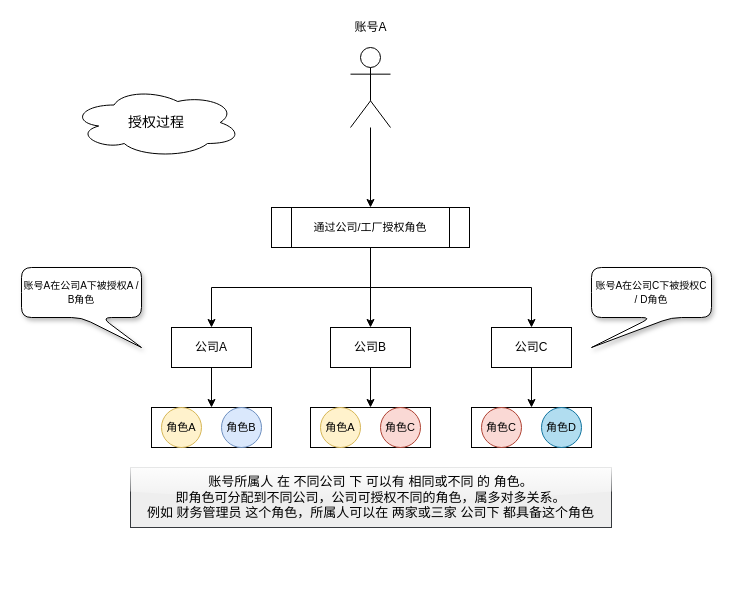
This is derucci-公司授权.drawio from LDChing0321/JavaLearn, a draw.io file, before an edit. Source tidied: cells renumbered, new cells numbered last; positions are measured from the earlier drawing's top-left corner, leaving out a move shared by most shapes. Both pictures are drawn from the tidied source at 100%, with x=0, y=0 at pixel (21, 17).
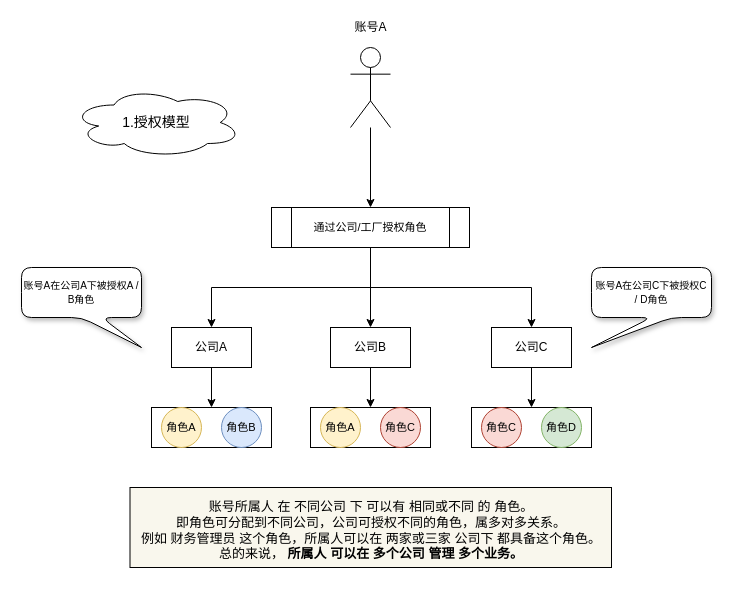
Above is the later version.

Commit message (it also covers changes not shown here):
更新derucci-公司授权.drawio

The change refers to these unchanged cells:
```xml
<mxCell id="23" style="group;" parent="1" vertex="1">
  <mxGeometry x="450" y="390" width="120" height="40" as="geometry" />
</mxCell>
```

Diff of the diagram source:
```diff
@@
-    <mxCell id="26" value="角色D" style="ellipse;whiteSpace=wrap;html=1;fontSize=11;fillColor=#b1ddf0;strokeColor=#10739e;" parent="23" vertex="1">
+    <mxCell id="26" value="角色D" style="ellipse;whiteSpace=wrap;html=1;fontSize=11;fillColor=#d5e8d4;strokeColor=#82b366;" parent="23" vertex="1">
       <mxGeometry x="70" width="40" height="40" as="geometry" />
     </mxCell>
@@
-    <mxCell id="29" value="&lt;span style=&quot;font-size: 14px&quot;&gt;授权过程&lt;/span&gt;" style="ellipse;shape=cloud;whiteSpace=wrap;html=1;rounded=1;shadow=0;glass=1;sketch=0;fontSize=10;" parent="1" vertex="1">
+    <mxCell id="29" value="&lt;span style=&quot;font-size: 14px&quot;&gt;1.授权模型&lt;/span&gt;" style="ellipse;shape=cloud;whiteSpace=wrap;html=1;rounded=1;shadow=0;glass=1;sketch=0;fontSize=10;" parent="1" vertex="1">
       <mxGeometry x="50" y="70" width="170" height="70" as="geometry" />
     </mxCell>
-    <mxCell id="30" value="&lt;p style=&quot;line-height: 1.5&quot;&gt;&lt;/p&gt;&lt;blockquote style=&quot;margin: 0 0 0 40px ; border: none ; padding: 0px&quot;&gt;&lt;/blockquote&gt;&lt;span&gt;账号所属人&amp;nbsp;在&amp;nbsp;不同公司 下 可以有&amp;nbsp;相同或不同 的&amp;nbsp;角色。&lt;br&gt;即角色可分配到不同公司，公司可授权不同的角色，属多对多关系。&lt;/span&gt;&lt;br&gt;&lt;span&gt;例如 财务管理员&amp;nbsp;这个角色，所属人可以在 两家或三家 公司下&amp;nbsp;都具备这个角色&lt;/span&gt;&lt;p&gt;&lt;/p&gt;" style="rounded=0;whiteSpace=wrap;html=1;shadow=0;glass=1;sketch=0;fontSize=13;fillColor=#eeeeee;strokeColor=#36393d;" parent="1" vertex="1">
-      <mxGeometry x="109" y="450" width="481" height="60" as="geometry" />
+    <mxCell id="30" value="&lt;p style=&quot;line-height: 1.7&quot;&gt;&lt;/p&gt;&lt;blockquote style=&quot;margin: 0 0 0 40px ; border: none ; padding: 0px&quot;&gt;&lt;/blockquote&gt;账号所属人&amp;nbsp;在&amp;nbsp;不同公司 下 可以有&amp;nbsp;相同或不同 的&amp;nbsp;角色。&lt;br&gt;即角色可分配到不同公司，公司可授权不同的角色，属多对多关系。&lt;br&gt;例如 财务管理员&amp;nbsp;这个角色，所属人可以在 两家或三家 公司下&amp;nbsp;都具备这个角色。&lt;br&gt;总的来说，&amp;nbsp;&lt;b&gt;所属人&amp;nbsp;可以在&amp;nbsp;多个公司&amp;nbsp;管理&amp;nbsp;多个业务。&lt;/b&gt;&lt;br&gt;&lt;p&gt;&lt;/p&gt;" style="rounded=0;whiteSpace=wrap;html=1;shadow=0;glass=0;sketch=0;fontSize=13;fillColor=#f9f7ed;strokeColor=default;spacingTop=5;" parent="1" vertex="1">
+      <mxGeometry x="108.5" y="470" width="481.5" height="80" as="geometry" />
     </mxCell>
```
